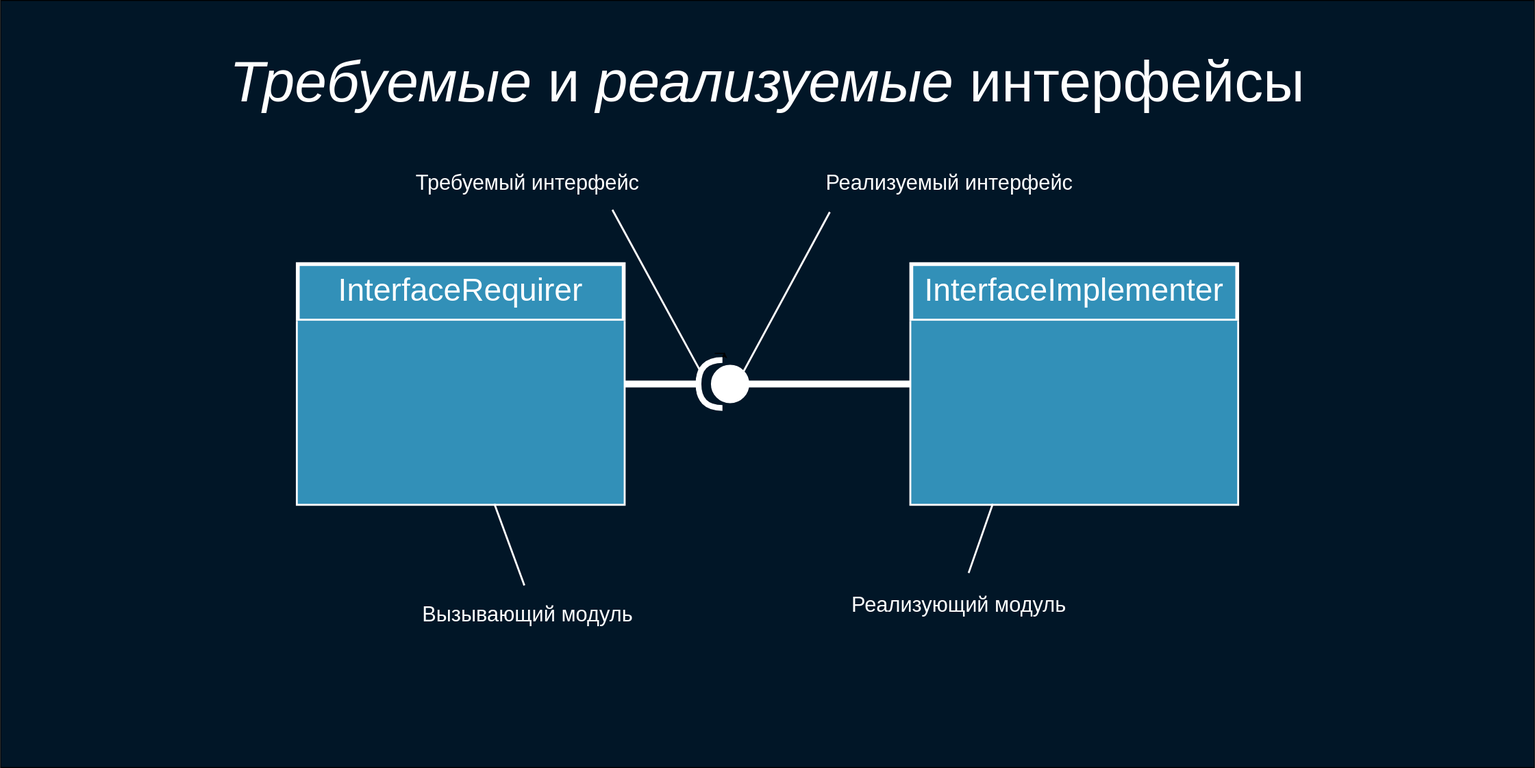
softspiders/dip-in-ca-deck keeps this draw.io diagram as deck/ru/diagrams/requiredInterface.svg. Above is the earlier version. Source tidied: cells renumbered, new cells last; positions are measured from the earlier drawing's top-left corner, leaving out a move shared by most shapes.
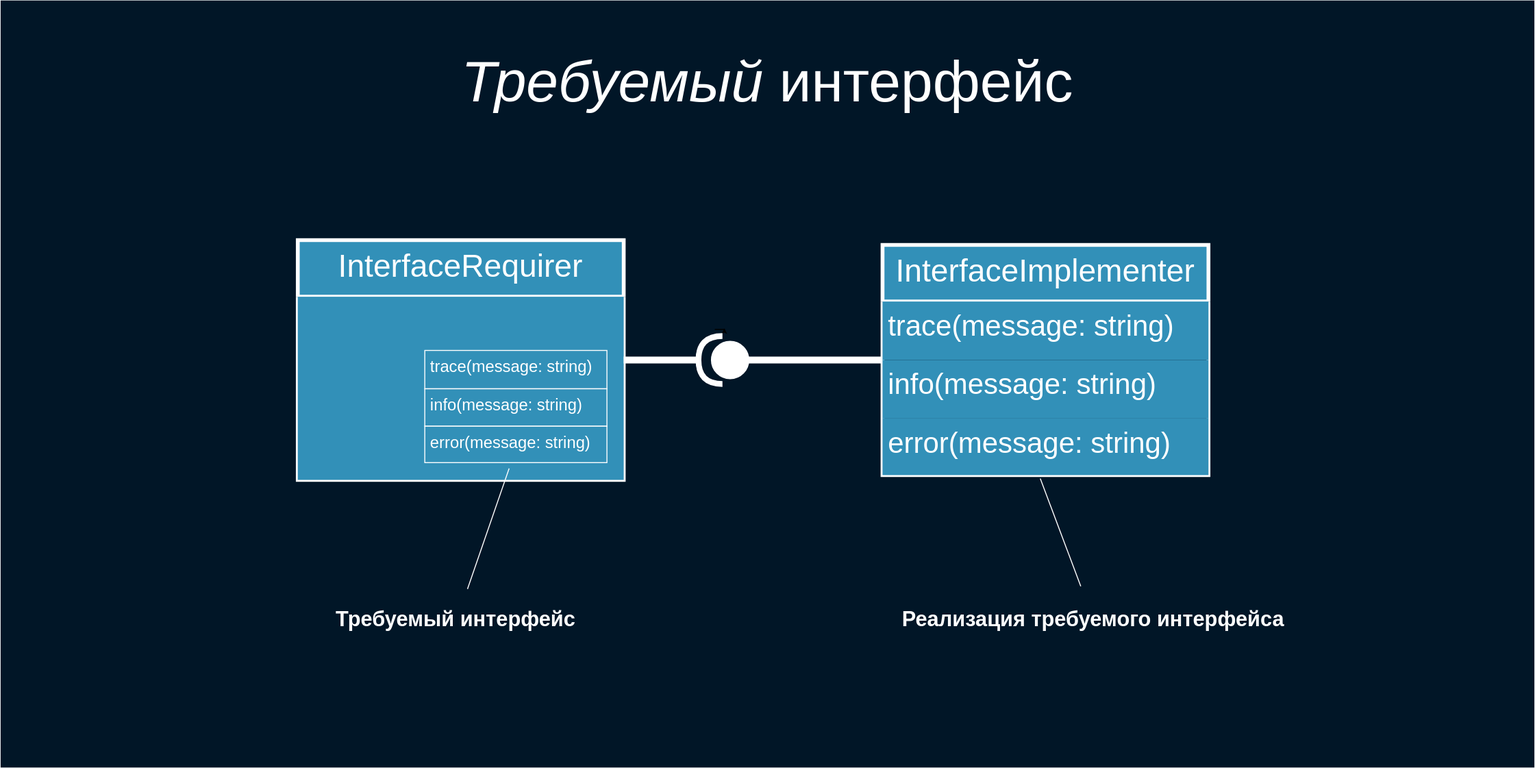
The same diagram one commit later.

The edit, as a diff of the source:
```diff
@@ -2,62 +2,65 @@
   <root>
     <mxCell id="0" />
     <mxCell id="1" parent="0" />
-    <mxCell id="2" style="rounded=0;whiteSpace=wrap;html=1;fillColor=#011627;fontSize=30;fontColor=#FFFFFF;strokeColor=#000000;" parent="1" vertex="1">
-      <mxGeometry width="1600" height="800" as="geometry" />
+    <mxCell id="2" style="rounded=0;whiteSpace=wrap;html=1;fillColor=#011627;fontSize=30;fontColor=#FFFFFF;strokeColor=none;" parent="1" vertex="1">
+      <mxGeometry x="70" y="-10" width="1600" height="800" as="geometry" />
     </mxCell>
+    <mxCell id="10" value="InterfaceRequirer" style="swimlane;fontStyle=0;align=center;verticalAlign=top;horizontal=1;startSize=59;strokeColor=#FFFFFF;strokeWidth=4;fillColor=#3290B8;fontSize=33;fontColor=#FFFFFF;labelBackgroundColor=none;" parent="1" vertex="1">
+      <mxGeometry x="380" y="240" width="340" height="250" as="geometry" />
+    </mxCell>
+    <mxCell id="11" style="text;strokeColor=none;fillColor=#3290B8;align=left;verticalAlign=top;spacingLeft=4;spacingRight=4;overflow=hidden;points=[[0,0.5],[1,0.5]];portConstraint=eastwest;fontColor=#FFFFFF;fontSize=30;labelBackgroundColor=none;" parent="10" vertex="1">
+      <mxGeometry y="59" width="340" height="191" as="geometry" />
+    </mxCell>
-    <mxCell id="3" value="&lt;i&gt;Требуемые&lt;/i&gt;&amp;nbsp;и&amp;nbsp;&lt;i&gt;реализуемые&lt;/i&gt;&amp;nbsp;интерфейсы" style="text;html=1;strokeColor=none;fillColor=none;align=center;verticalAlign=middle;whiteSpace=wrap;rounded=0;fontSize=60;fontColor=#FFFFFF;" parent="1" vertex="1">
-      <mxGeometry x="180.9" y="50" width="1238.1" height="70" as="geometry" />
+    <mxCell id="3" value="&lt;i&gt;Требуемый&lt;/i&gt;&amp;nbsp;интерфейс" style="text;html=1;strokeColor=none;fillColor=none;align=center;verticalAlign=middle;whiteSpace=wrap;rounded=0;fontSize=60;fontColor=#FFFFFF;" parent="1" vertex="1">
+      <mxGeometry x="250.9" y="40" width="1238.1" height="70" as="geometry" />
     </mxCell>
     <mxCell id="4" style="edgeStyle=orthogonalEdgeStyle;rounded=0;orthogonalLoop=1;jettySize=auto;html=1;exitX=0.5;exitY=1;exitDx=0;exitDy=0;entryX=0.553;entryY=0.974;entryDx=0;entryDy=0;entryPerimeter=0;fontSize=33;fontColor=#FFFFFF;" parent="1" edge="1">
       <mxGeometry relative="1" as="geometry">
-        <mxPoint x="745" y="368" as="sourcePoint" />
-        <mxPoint x="755.1" y="367.5" as="targetPoint" />
+        <mxPoint x="815" y="333" as="sourcePoint" />
+        <mxPoint x="825.1" y="332.5" as="targetPoint" />
       </mxGeometry>
     </mxCell>
     <mxCell id="5" style="rounded=0;jettySize=auto;html=1;endArrow=none;endFill=0;fontSize=32;fontColor=#FFFFFF;strokeColor=#FFFFFF;strokeWidth=7;entryX=0;entryY=0.5;entryDx=0;entryDy=0;entryPerimeter=0;exitX=0;exitY=0.5;exitDx=0;exitDy=0;" parent="1" edge="1" source="8" target="6">
       <mxGeometry relative="1" as="geometry" />
     </mxCell>
     <mxCell id="6" style="shape=providedRequiredInterface;html=1;verticalLabelPosition=bottom;labelBackgroundColor=none;strokeColor=#FFFFFF;strokeWidth=6;fillColor=#FFFFFF;fontSize=32;fontColor=#FFFFFF;rotation=-180;" parent="1" vertex="1">
-      <mxGeometry x="728" y="375" width="50" height="50" as="geometry" />
+      <mxGeometry x="798" y="340" width="50" height="50" as="geometry" />
     </mxCell>
     <mxCell id="7" style="rounded=0;jettySize=auto;html=1;endArrow=none;endFill=0;fontSize=32;fontColor=#FFFFFF;strokeColor=#FFFFFF;strokeWidth=7;exitX=1;exitY=0.5;exitDx=0;exitDy=0;exitPerimeter=0;entryX=1;entryY=0.5;entryDx=0;entryDy=0;" parent="1" edge="1" source="6" target="10">
       <mxGeometry relative="1" as="geometry" />
     </mxCell>
-    <mxCell id="8" value="InterfaceImplementer" style="swimlane;fontStyle=0;align=center;verticalAlign=top;horizontal=1;startSize=59;strokeColor=#FFFFFF;strokeWidth=4;fillColor=#3290B8;fontSize=33;fontColor=#FFFFFF;labelBackgroundColor=none;" parent="1" vertex="1">
-      <mxGeometry x="950" y="275" width="340" height="250" as="geometry" />
-    </mxCell>
-    <mxCell id="9" style="text;strokeColor=none;fillColor=#3290B8;align=left;verticalAlign=top;spacingLeft=4;spacingRight=4;overflow=hidden;fontColor=#FFFFFF;fontSize=30;labelBackgroundColor=none;" parent="8" vertex="1">
-      <mxGeometry y="59" width="340" height="191" as="geometry" />
-    </mxCell>
-    <mxCell id="10" value="InterfaceRequirer" style="swimlane;fontStyle=0;align=center;verticalAlign=top;horizontal=1;startSize=59;strokeColor=#FFFFFF;strokeWidth=4;fillColor=#3290B8;fontSize=33;fontColor=#FFFFFF;labelBackgroundColor=none;" parent="1" vertex="1">
-      <mxGeometry x="310" y="275" width="340" height="250" as="geometry" />
-    </mxCell>
-    <mxCell id="11" style="text;strokeColor=none;fillColor=#3290B8;align=left;verticalAlign=top;spacingLeft=4;spacingRight=4;overflow=hidden;points=[[0,0.5],[1,0.5]];portConstraint=eastwest;fontColor=#FFFFFF;fontSize=30;labelBackgroundColor=none;" parent="10" vertex="1">
-      <mxGeometry y="59" width="340" height="191" as="geometry" />
-    </mxCell>
-    <mxCell id="12" value="Требуемый интерфейс" style="text;align=center;fontStyle=0;verticalAlign=middle;spacingLeft=3;spacingRight=3;strokeColor=none;points=[[0,0.5],[1,0.5]];portConstraint=eastwest;labelBackgroundColor=none;fillColor=none;fontSize=22;fontColor=#FFFFFF;strokeWidth=4;" parent="1" vertex="1">
-      <mxGeometry x="410" y="160" width="280" height="56" as="geometry" />
+    <mxCell id="12" value="Требуемый интерфейс" style="text;align=center;fontStyle=1;verticalAlign=middle;spacingLeft=3;spacingRight=3;strokeColor=none;points=[[0,0.5],[1,0.5]];portConstraint=eastwest;labelBackgroundColor=none;fillColor=none;fontSize=22;fontColor=#FFFFFF;strokeWidth=4;" parent="1" vertex="1">
+      <mxGeometry x="405" y="605" width="280" height="56" as="geometry" />
     </mxCell>
-    <mxCell id="13" style="endArrow=none;html=1;strokeColor=#FFFFFF;strokeWidth=2;fontSize=16;fontColor=#FFFFFF;entryX=0.815;entryY=1.041;entryDx=0;entryDy=0;entryPerimeter=0;exitX=0.962;exitY=0.769;exitDx=0;exitDy=0;exitPerimeter=0;" parent="1" edge="1" source="6" target="12">
-      <mxGeometry relative="1" as="geometry" />
-    </mxCell>
-    <mxCell id="14" value="Реализуемый интерфейс" style="text;align=center;fontStyle=0;verticalAlign=middle;spacingLeft=3;spacingRight=3;strokeColor=none;points=[[0,0.5],[1,0.5]];portConstraint=eastwest;labelBackgroundColor=none;fillColor=none;fontSize=22;fontColor=#FFFFFF;strokeWidth=4;" parent="1" vertex="1">
-      <mxGeometry x="740" y="160" width="500" height="56" as="geometry" />
+    <mxCell id="14" value="Реализация требуемого интерфейса" style="text;align=center;fontStyle=1;verticalAlign=middle;spacingLeft=3;spacingRight=3;strokeColor=none;points=[[0,0.5],[1,0.5]];portConstraint=eastwest;labelBackgroundColor=none;fillColor=none;fontSize=22;fontColor=#FFFFFF;strokeWidth=4;" parent="1" vertex="1">
+      <mxGeometry x="990" y="605" width="440" height="56" as="geometry" />
     </mxCell>
-    <mxCell id="15" style="endArrow=none;html=1;strokeColor=#FFFFFF;strokeWidth=2;fontSize=16;fontColor=#FFFFFF;entryX=0.25;entryY=1.083;entryDx=0;entryDy=0;entryPerimeter=0;exitX=0.068;exitY=0.746;exitDx=0;exitDy=0;exitPerimeter=0;" parent="1" edge="1" source="6" target="14">
+    <mxCell id="15" style="endArrow=none;html=1;strokeColor=#FFFFFF;strokeWidth=1;fontSize=16;fontColor=#FFFFFF;entryX=0.47;entryY=-0.073;entryDx=0;entryDy=0;entryPerimeter=0;exitX=0.484;exitY=1.061;exitDx=0;exitDy=0;exitPerimeter=0;" parent="1" edge="1" source="25" target="14">
       <mxGeometry relative="1" as="geometry" />
     </mxCell>
-    <mxCell id="16" value="Вызывающий модуль" style="text;align=center;fontStyle=0;verticalAlign=middle;spacingLeft=3;spacingRight=3;strokeColor=none;points=[[0,0.5],[1,0.5]];portConstraint=eastwest;labelBackgroundColor=none;fillColor=none;fontSize=22;fontColor=#FFFFFF;strokeWidth=4;" parent="1" vertex="1">
-      <mxGeometry x="410" y="610" width="280" height="56" as="geometry" />
-    </mxCell>
-    <mxCell id="17" style="endArrow=none;html=1;strokeColor=#FFFFFF;strokeWidth=2;fontSize=16;fontColor=#FFFFFF;entryX=0.487;entryY=0.001;entryDx=0;entryDy=0;entryPerimeter=0;" parent="1" edge="1" source="11" target="16">
-      <mxGeometry relative="1" as="geometry" />
-    </mxCell>
-    <mxCell id="18" value="Реализующий модуль" style="text;align=center;fontStyle=0;verticalAlign=middle;spacingLeft=3;spacingRight=3;strokeColor=none;points=[[0,0.5],[1,0.5]];portConstraint=eastwest;labelBackgroundColor=none;fillColor=none;fontSize=22;fontColor=#FFFFFF;strokeWidth=4;" parent="1" vertex="1">
-      <mxGeometry x="860" y="600" width="280" height="56" as="geometry" />
-    </mxCell>
-    <mxCell id="19" style="endArrow=none;html=1;strokeColor=#FFFFFF;strokeWidth=2;fontSize=16;fontColor=#FFFFFF;entryX=0.535;entryY=-0.051;entryDx=0;entryDy=0;entryPerimeter=0;exitX=0.25;exitY=1;exitDx=0;exitDy=0;" parent="1" edge="1" source="8" target="18">
-      <mxGeometry relative="1" as="geometry" />
-    </mxCell>
+    <mxCell id="20" value="trace(message: string)" style="text;strokeColor=#FFFFFF;fillColor=#3290B8;align=left;verticalAlign=top;spacingLeft=4;spacingRight=4;overflow=hidden;fontColor=#FFFFFF;fontSize=17;labelBackgroundColor=none;" parent="1" vertex="1">
+      <mxGeometry x="512.5" y="355" width="190" height="40" as="geometry" />
+    </mxCell>
+    <mxCell id="21" value="info(message: string)" style="text;strokeColor=#FFFFFF;fillColor=#3290B8;align=left;verticalAlign=top;spacingLeft=4;spacingRight=4;overflow=hidden;fontColor=#FFFFFF;fontSize=17;labelBackgroundColor=none;" parent="1" vertex="1">
+      <mxGeometry x="512.5" y="395" width="190" height="39" as="geometry" />
+    </mxCell>
+    <mxCell id="22" value="error(message: string)" style="text;strokeColor=#FFFFFF;fillColor=#3290B8;align=left;verticalAlign=top;spacingLeft=4;spacingRight=4;overflow=hidden;points=[[0,0.5],[1,0.5]];portConstraint=eastwest;fontColor=#FFFFFF;fontSize=17;labelBackgroundColor=none;" parent="1" vertex="1">
+      <mxGeometry x="512.5" y="434" width="190" height="38" as="geometry" />
+    </mxCell>
+    <mxCell id="13" style="endArrow=none;html=1;strokeColor=#FFFFFF;strokeWidth=1;fontSize=16;fontColor=#FFFFFF;entryX=0.543;entryY=-0.02;entryDx=0;entryDy=0;entryPerimeter=0;exitX=0.463;exitY=1.158;exitDx=0;exitDy=0;exitPerimeter=0;" parent="1" edge="1" source="22" target="12">
+      <mxGeometry relative="1" as="geometry" />
+    </mxCell>
+    <mxCell id="8" value="InterfaceImplementer" style="swimlane;fontStyle=0;align=center;verticalAlign=top;horizontal=1;startSize=59;strokeColor=#FFFFFF;strokeWidth=4;fillColor=#3290B8;fontSize=33;fontColor=#FFFFFF;labelBackgroundColor=none;" parent="1" vertex="1">
+      <mxGeometry x="990" y="245" width="340" height="240" as="geometry" />
+    </mxCell>
+    <mxCell id="23" value="trace(message: string)" style="text;strokeColor=none;fillColor=#3290B8;align=left;verticalAlign=top;spacingLeft=4;spacingRight=4;overflow=hidden;fontColor=#FFFFFF;fontSize=30;labelBackgroundColor=none;" parent="8" vertex="1">
+      <mxGeometry y="59" width="340" height="61" as="geometry" />
+    </mxCell>
+    <mxCell id="24" value="info(message: string)" style="text;strokeColor=none;fillColor=#3290B8;align=left;verticalAlign=top;spacingLeft=4;spacingRight=4;overflow=hidden;fontColor=#FFFFFF;fontSize=30;labelBackgroundColor=none;" parent="8" vertex="1">
+      <mxGeometry y="120" width="340" height="61" as="geometry" />
+    </mxCell>
+    <mxCell id="25" value="error(message: string)" style="text;strokeColor=none;fillColor=#3290B8;align=left;verticalAlign=top;spacingLeft=4;spacingRight=4;overflow=hidden;points=[[0,0.5],[1,0.5]];portConstraint=eastwest;fontColor=#FFFFFF;fontSize=30;labelBackgroundColor=none;" parent="8" vertex="1">
+      <mxGeometry y="181" width="340" height="59" as="geometry" />
+    </mxCell>
   </root>
 </mxGraphModel>
```
